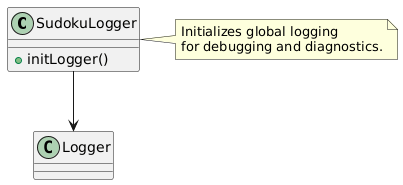
The PlantUML diagram doc/diagrams/sudoku_logging.png in MirkoThulke/Dart_Flutter_Sudoku, before a commit.
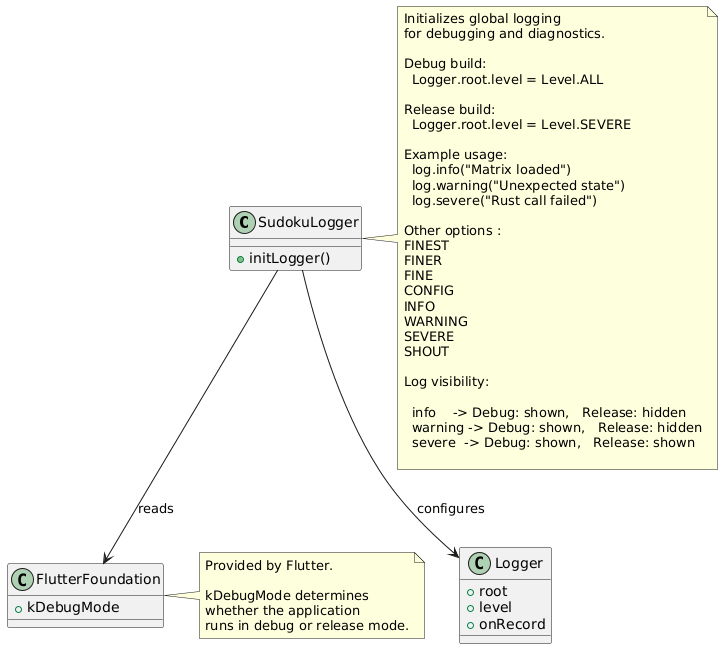
The same diagram one commit later.

Commit message:
Doc: Update added logging uml

Change to the diagram source:
```diff
@@ -4,13 +4,58 @@
   +initLogger()
 }
 
-class Logger
+class Logger {
+  +root
+  +level
+  +onRecord
+}
 
-SudokuLogger --> Logger
+class FlutterFoundation {
+  +kDebugMode
+}
+
+SudokuLogger --> Logger : configures
+SudokuLogger --> FlutterFoundation : reads
 
 note right of SudokuLogger
 Initializes global logging
 for debugging and diagnostics.
+
+Debug build:
+  Logger.root.level = Level.ALL
+
+Release build:
+  Logger.root.level = Level.SEVERE
+
+Example usage:
+  log.info("Matrix loaded")
+  log.warning("Unexpected state")
+  log.severe("Rust call failed")
+
+Other options :
+FINEST
+FINER
+FINE
+CONFIG
+INFO
+WARNING
+SEVERE
+SHOUT
+
+Log visibility:
+
+  info    -> Debug: shown,   Release: hidden
+  warning -> Debug: shown,   Release: hidden
+  severe  -> Debug: shown,   Release: shown
+
+end note
+
+note right of FlutterFoundation
+Provided by Flutter.
+
+kDebugMode determines
+whether the application
+runs in debug or release mode.
 end note
 
 @enduml
```
